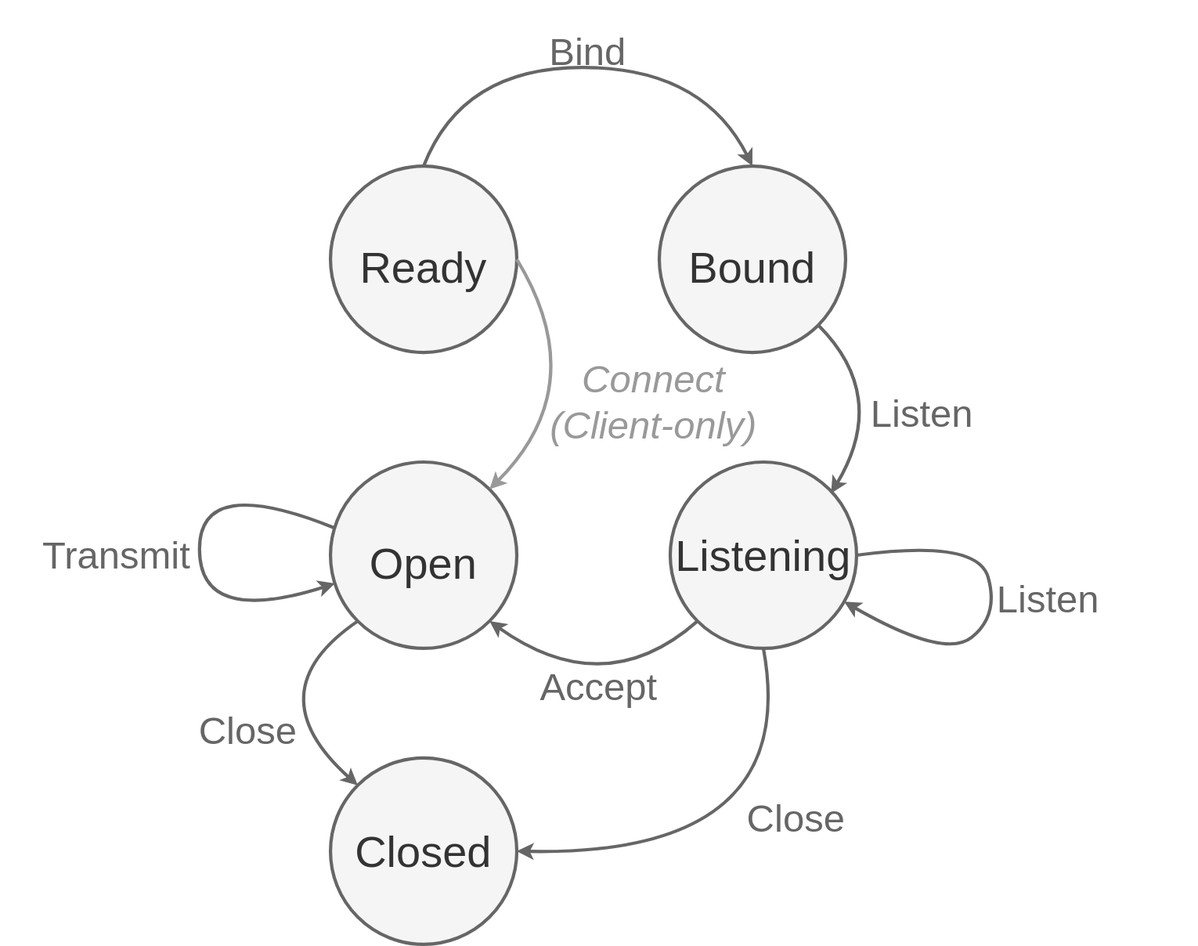
Before: src/chp4/socket_state_machine.svg, a diagram exported from draw.io (tnballo/high-assurance-rust). Source tidied: cells renumbered, new cells last; positions are measured from the earlier drawing's top-left corner, leaving out a move shared by most shapes.
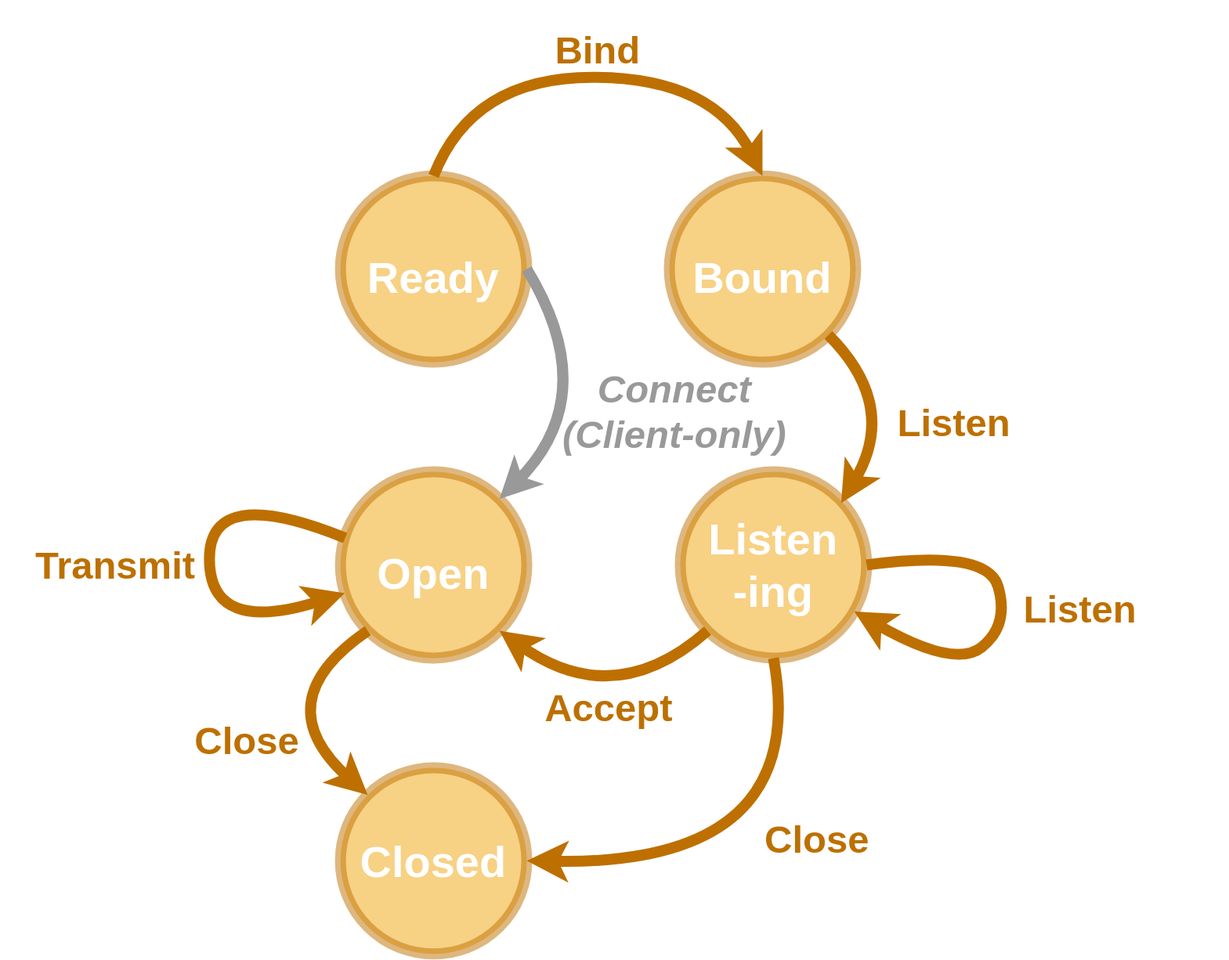
The same diagram one commit later.

Diff of the diagram source:
```diff
@@ -2,22 +2,22 @@
   <root>
     <mxCell id="0" />
     <mxCell id="1" parent="0" />
-    <mxCell id="2" value="&lt;font style=&quot;font-size: 40px;&quot;&gt;Closed&lt;/font&gt;" style="ellipse;whiteSpace=wrap;html=1;strokeWidth=3;fillColor=#f5f5f5;strokeColor=#666666;fontColor=#333333;" parent="1" vertex="1">
+    <mxCell id="2" value="&lt;font style=&quot;font-size: 40px;&quot;&gt;Closed&lt;/font&gt;" style="ellipse;whiteSpace=wrap;html=1;strokeWidth=10;fillColor=#F0A30A;strokeColor=#BD7000;fontColor=#FFFFFF;opacity=50;fontStyle=1;" parent="1" vertex="1">
       <mxGeometry x="300" y="690" width="170" height="170" as="geometry" />
     </mxCell>
-    <mxCell id="3" value="&lt;br&gt;&lt;font style=&quot;font-size: 40px;&quot;&gt;Ready&lt;/font&gt;" style="ellipse;whiteSpace=wrap;html=1;strokeWidth=3;fillColor=#f5f5f5;strokeColor=#666666;fontColor=#333333;" parent="1" vertex="1">
+    <mxCell id="3" value="&lt;br&gt;&lt;font style=&quot;font-size: 40px;&quot;&gt;Ready&lt;/font&gt;" style="ellipse;whiteSpace=wrap;html=1;strokeWidth=10;fillColor=#F0A30A;strokeColor=#BD7000;fontColor=#FFFFFF;fontStyle=1;opacity=50;" parent="1" vertex="1">
       <mxGeometry x="300" y="150" width="170" height="170" as="geometry" />
     </mxCell>
-    <mxCell id="4" value="&lt;br&gt;&lt;font style=&quot;font-size: 40px;&quot;&gt;Bound&lt;/font&gt;" style="ellipse;whiteSpace=wrap;html=1;strokeWidth=3;fillColor=#f5f5f5;strokeColor=#666666;fontColor=#333333;" parent="1" vertex="1">
+    <mxCell id="4" value="&lt;br&gt;&lt;font style=&quot;font-size: 40px;&quot;&gt;Bound&lt;/font&gt;" style="ellipse;whiteSpace=wrap;html=1;strokeWidth=10;fillColor=#F0A30A;strokeColor=#BD7000;fontColor=#FFFFFF;opacity=50;fontStyle=1;" parent="1" vertex="1">
       <mxGeometry x="600" y="150" width="170" height="170" as="geometry" />
     </mxCell>
-    <mxCell id="5" value="&lt;font style=&quot;font-size: 40px;&quot;&gt;Listening&lt;/font&gt;" style="ellipse;whiteSpace=wrap;html=1;strokeWidth=3;fillColor=#f5f5f5;strokeColor=#666666;fontColor=#333333;" parent="1" vertex="1">
+    <mxCell id="5" value="&lt;div&gt;&lt;font style=&quot;font-size: 40px;&quot;&gt;Listen&lt;/font&gt;&lt;/div&gt;&lt;div&gt;&lt;font style=&quot;font-size: 40px;&quot;&gt;-ing&lt;/font&gt;&lt;/div&gt;" style="ellipse;whiteSpace=wrap;html=1;strokeWidth=10;fillColor=#F0A30A;strokeColor=#BD7000;fontColor=#FFFFFF;opacity=50;fontStyle=1;" parent="1" vertex="1">
       <mxGeometry x="610" y="420" width="170" height="170" as="geometry" />
     </mxCell>
-    <mxCell id="6" value="&lt;br&gt;&lt;font style=&quot;font-size: 40px;&quot;&gt;Open&lt;/font&gt;" style="ellipse;whiteSpace=wrap;html=1;strokeWidth=3;fillColor=#f5f5f5;strokeColor=#666666;fontColor=#333333;" parent="1" vertex="1">
+    <mxCell id="6" value="&lt;b&gt;&lt;br&gt;&lt;font color=&quot;#ffffff&quot; style=&quot;font-size: 40px;&quot;&gt;Open&lt;/font&gt;&lt;/b&gt;" style="ellipse;whiteSpace=wrap;html=1;strokeWidth=10;fillColor=#F0A30A;strokeColor=#BD7000;fontColor=#333333;opacity=50;" parent="1" vertex="1">
       <mxGeometry x="300" y="420" width="170" height="170" as="geometry" />
     </mxCell>
-    <mxCell id="7" style="curved=1;endArrow=classic;html=1;rounded=0;fontSize=35;exitX=0.5;exitY=0;exitDx=0;exitDy=0;entryX=0.5;entryY=0;entryDx=0;entryDy=0;strokeWidth=3;strokeColor=#666666;" parent="1" edge="1" source="3" target="4">
+    <mxCell id="7" style="curved=1;endArrow=classic;html=1;rounded=0;fontSize=35;exitX=0.5;exitY=0;exitDx=0;exitDy=0;entryX=0.5;entryY=0;entryDx=0;entryDy=0;strokeWidth=10;strokeColor=#BD7000;fontStyle=1;" parent="1" edge="1" source="3" target="4">
       <mxGeometry relative="1" as="geometry">
         <Array as="points">
           <mxPoint x="420" y="60" />
@@ -25,14 +25,14 @@
         </Array>
       </mxGeometry>
     </mxCell>
-    <mxCell id="8" style="curved=1;endArrow=classic;html=1;rounded=0;strokeColor=#666666;strokeWidth=3;fontSize=35;entryX=0.863;entryY=0.168;entryDx=0;entryDy=0;exitX=1;exitY=1;exitDx=0;exitDy=0;entryPerimeter=0;" parent="1" edge="1" source="4" target="5">
+    <mxCell id="8" style="curved=1;endArrow=classic;html=1;rounded=0;strokeColor=#BD7000;strokeWidth=10;fontSize=35;entryX=0.863;entryY=0.168;entryDx=0;entryDy=0;exitX=1;exitY=1;exitDx=0;exitDy=0;entryPerimeter=0;fontStyle=1;" parent="1" edge="1" source="4" target="5">
       <mxGeometry relative="1" as="geometry">
         <Array as="points">
           <mxPoint x="810" y="360" />
         </Array>
       </mxGeometry>
     </mxCell>
-    <mxCell id="9" style="curved=1;endArrow=classic;html=1;rounded=0;strokeColor=#666666;strokeWidth=3;fontSize=35;exitX=1;exitY=0.5;exitDx=0;exitDy=0;" parent="1" edge="1" source="5" target="5">
+    <mxCell id="9" style="curved=1;endArrow=classic;html=1;rounded=0;strokeColor=#BD7000;strokeWidth=10;fontSize=35;exitX=1;exitY=0.5;exitDx=0;exitDy=0;fontStyle=1;" parent="1" edge="1" source="5" target="5">
       <mxGeometry relative="1" as="geometry">
         <Array as="points">
           <mxPoint x="890" y="490" />
@@ -41,56 +41,56 @@
         </Array>
       </mxGeometry>
     </mxCell>
-    <mxCell id="10" style="curved=1;endArrow=classic;html=1;rounded=0;strokeColor=#666666;strokeWidth=3;fontSize=35;entryX=1;entryY=0.5;entryDx=0;entryDy=0;exitX=0.5;exitY=1;exitDx=0;exitDy=0;" parent="1" edge="1" source="5" target="2">
+    <mxCell id="10" style="curved=1;endArrow=classic;html=1;rounded=0;strokeColor=#BD7000;strokeWidth=10;fontSize=35;entryX=1;entryY=0.5;entryDx=0;entryDy=0;exitX=0.5;exitY=1;exitDx=0;exitDy=0;fontStyle=1;" parent="1" edge="1" source="5" target="2">
       <mxGeometry relative="1" as="geometry">
         <Array as="points">
           <mxPoint x="730" y="780" />
         </Array>
       </mxGeometry>
     </mxCell>
-    <mxCell id="11" style="curved=1;endArrow=classic;html=1;rounded=0;strokeColor=#666666;strokeWidth=3;fontSize=35;entryX=1;entryY=1;entryDx=0;entryDy=0;exitX=0;exitY=1;exitDx=0;exitDy=0;" parent="1" edge="1" source="5" target="6">
+    <mxCell id="11" style="curved=1;endArrow=classic;html=1;rounded=0;strokeColor=#BD7000;strokeWidth=10;fontSize=35;entryX=1;entryY=1;entryDx=0;entryDy=0;exitX=0;exitY=1;exitDx=0;exitDy=0;fontStyle=1;" parent="1" edge="1" source="5" target="6">
       <mxGeometry relative="1" as="geometry">
         <Array as="points">
           <mxPoint x="550" y="640" />
         </Array>
       </mxGeometry>
     </mxCell>
-    <mxCell id="12" style="curved=1;endArrow=classic;html=1;rounded=0;strokeColor=#666666;strokeWidth=3;fontSize=35;entryX=0;entryY=0;entryDx=0;entryDy=0;exitX=0;exitY=1;exitDx=0;exitDy=0;" parent="1" edge="1" source="6" target="2">
+    <mxCell id="12" style="curved=1;endArrow=classic;html=1;rounded=0;strokeColor=#BD7000;strokeWidth=10;fontSize=35;entryX=0;entryY=0;entryDx=0;entryDy=0;exitX=0;exitY=1;exitDx=0;exitDy=0;fontStyle=1;" parent="1" edge="1" source="6" target="2">
       <mxGeometry relative="1" as="geometry">
         <Array as="points">
           <mxPoint x="230" y="630" />
         </Array>
       </mxGeometry>
     </mxCell>
-    <mxCell id="13" value="&lt;font color=&quot;#666666&quot;&gt;Bind&lt;br&gt;&lt;/font&gt;" style="text;html=1;strokeColor=none;fillColor=none;align=center;verticalAlign=middle;whiteSpace=wrap;rounded=0;strokeWidth=3;fontSize=35;" parent="1" vertex="1">
-      <mxGeometry x="430" width="210" height="90" as="geometry" />
+    <mxCell id="13" value="&lt;font&gt;Bind&lt;br&gt;&lt;/font&gt;" style="text;html=1;strokeColor=none;fillColor=none;align=center;verticalAlign=middle;whiteSpace=wrap;rounded=0;strokeWidth=10;fontSize=35;fontStyle=1;fontColor=#BD7000;" parent="1" vertex="1">
+      <mxGeometry x="430" y="-10" width="210" height="90" as="geometry" />
     </mxCell>
-    <mxCell id="14" value="&lt;font color=&quot;#666666&quot;&gt;Listen&lt;br&gt;&lt;/font&gt;" style="text;html=1;strokeColor=none;fillColor=none;align=center;verticalAlign=middle;whiteSpace=wrap;rounded=0;strokeWidth=3;fontSize=35;" parent="1" vertex="1">
-      <mxGeometry x="700" y="330" width="280" height="90" as="geometry" />
+    <mxCell id="14" value="&lt;font&gt;Listen&lt;br&gt;&lt;/font&gt;" style="text;html=1;strokeColor=none;fillColor=none;align=center;verticalAlign=middle;whiteSpace=wrap;rounded=0;strokeWidth=10;fontSize=35;fontStyle=1;fontColor=#BD7000;" parent="1" vertex="1">
+      <mxGeometry x="720" y="330" width="280" height="90" as="geometry" />
     </mxCell>
-    <mxCell id="15" value="&lt;font color=&quot;#666666&quot;&gt;Listen&lt;br&gt;&lt;/font&gt;" style="text;html=1;strokeColor=none;fillColor=none;align=center;verticalAlign=middle;whiteSpace=wrap;rounded=0;strokeWidth=3;fontSize=35;" parent="1" vertex="1">
-      <mxGeometry x="820" y="500" width="270" height="90" as="geometry" />
+    <mxCell id="15" value="&lt;font&gt;Listen&lt;br&gt;&lt;/font&gt;" style="text;html=1;strokeColor=none;fillColor=none;align=center;verticalAlign=middle;whiteSpace=wrap;rounded=0;strokeWidth=10;fontSize=35;fontStyle=1;fontColor=#BD7000;" parent="1" vertex="1">
+      <mxGeometry x="840" y="500" width="270" height="90" as="geometry" />
     </mxCell>
-    <mxCell id="16" value="&lt;font color=&quot;#666666&quot;&gt;Accept&lt;br&gt;&lt;/font&gt;" style="text;html=1;strokeColor=none;fillColor=none;align=center;verticalAlign=middle;whiteSpace=wrap;rounded=0;strokeWidth=3;fontSize=35;" parent="1" vertex="1">
-      <mxGeometry x="440" y="580" width="210" height="90" as="geometry" />
+    <mxCell id="16" value="&lt;font&gt;Accept&lt;br&gt;&lt;/font&gt;" style="text;html=1;strokeColor=none;fillColor=none;align=center;verticalAlign=middle;whiteSpace=wrap;rounded=0;strokeWidth=10;fontSize=35;fontStyle=1;fontColor=#BD7000;" parent="1" vertex="1">
+      <mxGeometry x="440" y="590" width="210" height="90" as="geometry" />
     </mxCell>
-    <mxCell id="17" value="&lt;font color=&quot;#666666&quot;&gt;Close&lt;br&gt;&lt;/font&gt;" style="text;html=1;strokeColor=none;fillColor=none;align=center;verticalAlign=middle;whiteSpace=wrap;rounded=0;strokeWidth=3;fontSize=35;" parent="1" vertex="1">
-      <mxGeometry x="620" y="700" width="210" height="90" as="geometry" />
+    <mxCell id="17" value="&lt;font&gt;Close&lt;br&gt;&lt;/font&gt;" style="text;html=1;strokeColor=none;fillColor=none;align=center;verticalAlign=middle;whiteSpace=wrap;rounded=0;strokeWidth=10;fontSize=35;fontStyle=1;fontColor=#BD7000;" parent="1" vertex="1">
+      <mxGeometry x="630" y="710" width="210" height="90" as="geometry" />
     </mxCell>
-    <mxCell id="18" value="&lt;font color=&quot;#666666&quot;&gt;Close&lt;br&gt;&lt;/font&gt;" style="text;html=1;strokeColor=none;fillColor=none;align=center;verticalAlign=middle;whiteSpace=wrap;rounded=0;strokeWidth=3;fontSize=35;" parent="1" vertex="1">
-      <mxGeometry x="120" y="620" width="210" height="90" as="geometry" />
+    <mxCell id="18" value="&lt;font&gt;Close&lt;br&gt;&lt;/font&gt;" style="text;html=1;strokeColor=none;fillColor=none;align=center;verticalAlign=middle;whiteSpace=wrap;rounded=0;strokeWidth=10;fontSize=35;fontStyle=1;fontColor=#BD7000;" parent="1" vertex="1">
+      <mxGeometry x="110" y="620" width="210" height="90" as="geometry" />
     </mxCell>
-    <mxCell id="19" style="curved=1;endArrow=classic;html=1;rounded=0;strokeColor=#999999;strokeWidth=3;fontSize=35;entryX=1;entryY=0;entryDx=0;entryDy=0;exitX=1;exitY=0.5;exitDx=0;exitDy=0;" parent="1" edge="1" source="3" target="6">
+    <mxCell id="19" style="curved=1;endArrow=classic;html=1;rounded=0;strokeColor=#999999;strokeWidth=10;fontSize=35;entryX=1;entryY=0;entryDx=0;entryDy=0;exitX=1;exitY=0.5;exitDx=0;exitDy=0;" parent="1" edge="1" source="3" target="6">
       <mxGeometry relative="1" as="geometry">
         <Array as="points">
           <mxPoint x="540" y="350" />
         </Array>
       </mxGeometry>
     </mxCell>
-    <mxCell id="20" value="&lt;div&gt;&lt;i&gt;&lt;font&gt;Connect&lt;/font&gt;&lt;/i&gt;&lt;/div&gt;&lt;div&gt;&lt;i&gt;&lt;font&gt;(Client-only)&lt;br&gt;&lt;/font&gt;&lt;/i&gt;&lt;/div&gt;" style="text;html=1;strokeColor=none;fillColor=none;align=center;verticalAlign=middle;whiteSpace=wrap;rounded=0;strokeWidth=3;fontSize=35;fontColor=#999999;" parent="1" vertex="1">
-      <mxGeometry x="490" y="320" width="210" height="90" as="geometry" />
+    <mxCell id="20" value="&lt;div&gt;&lt;i&gt;&lt;font&gt;Connect&lt;/font&gt;&lt;/i&gt;&lt;/div&gt;&lt;div&gt;&lt;i&gt;&lt;font&gt;(Client-only)&lt;br&gt;&lt;/font&gt;&lt;/i&gt;&lt;/div&gt;" style="text;html=1;strokeColor=none;fillColor=none;align=center;verticalAlign=middle;whiteSpace=wrap;rounded=0;strokeWidth=10;fontSize=35;fontColor=#999999;fontStyle=1;" parent="1" vertex="1">
+      <mxGeometry x="500" y="320" width="210" height="90" as="geometry" />
     </mxCell>
-    <mxCell id="21" style="curved=1;endArrow=classic;html=1;rounded=0;strokeColor=#666666;strokeWidth=3;fontSize=35;exitX=0.025;exitY=0.355;exitDx=0;exitDy=0;exitPerimeter=0;" parent="1" edge="1" source="6" target="6">
+    <mxCell id="21" style="curved=1;endArrow=classic;html=1;rounded=0;strokeColor=#BD7000;strokeWidth=10;fontSize=35;exitX=0.025;exitY=0.355;exitDx=0;exitDy=0;exitPerimeter=0;fontStyle=1;fontColor=#BD7000;" parent="1" edge="1" source="6" target="6">
       <mxGeometry relative="1" as="geometry">
         <Array as="points">
           <mxPoint x="180" y="430" />
@@ -98,8 +98,8 @@
         </Array>
       </mxGeometry>
     </mxCell>
-    <mxCell id="22" value="&lt;font color=&quot;#666666&quot;&gt;Transmit&lt;br&gt;&lt;/font&gt;" style="text;html=1;strokeColor=none;fillColor=none;align=center;verticalAlign=middle;whiteSpace=wrap;rounded=0;strokeWidth=3;fontSize=35;" parent="1" vertex="1">
-      <mxGeometry y="460" width="210" height="90" as="geometry" />
+    <mxCell id="22" value="&lt;font&gt;Transmit&lt;br&gt;&lt;/font&gt;" style="text;html=1;strokeColor=none;fillColor=none;align=center;verticalAlign=middle;whiteSpace=wrap;rounded=0;strokeWidth=10;fontSize=35;fontStyle=1;fontColor=#BD7000;" parent="1" vertex="1">
+      <mxGeometry x="-10" y="460" width="210" height="90" as="geometry" />
     </mxCell>
   </root>
 </mxGraphModel>
```
